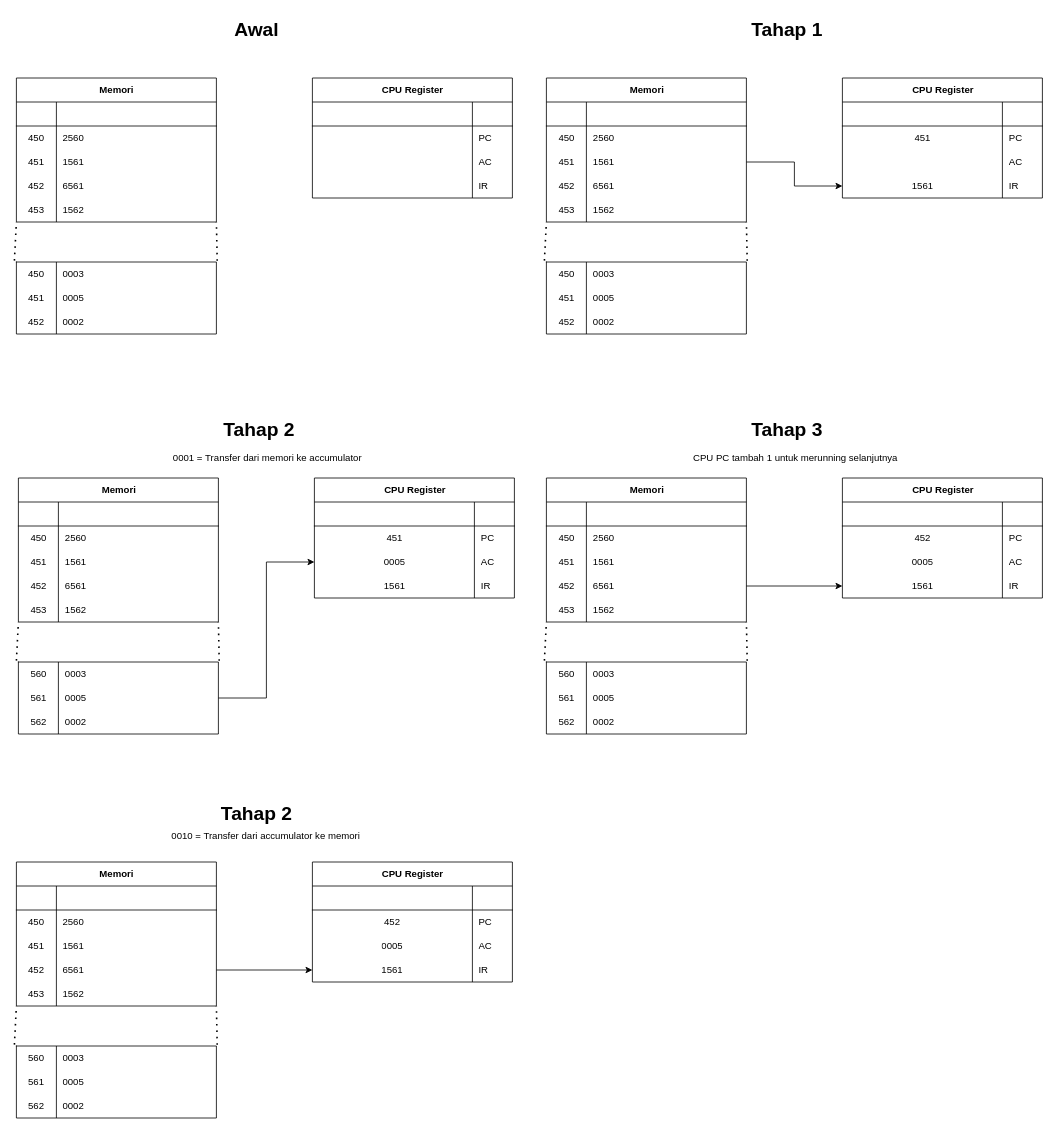
Earlier version of the draw.io diagram CPU.drawio (ImNotDanish05/Tester). Source tidied: cells renumbered, new cells numbered last; positions are measured from the earlier drawing's top-left corner, leaving out a move shared by most shapes. Both pictures are drawn from the tidied source at 80%, with x=0, y=0 at pixel (16, 14).
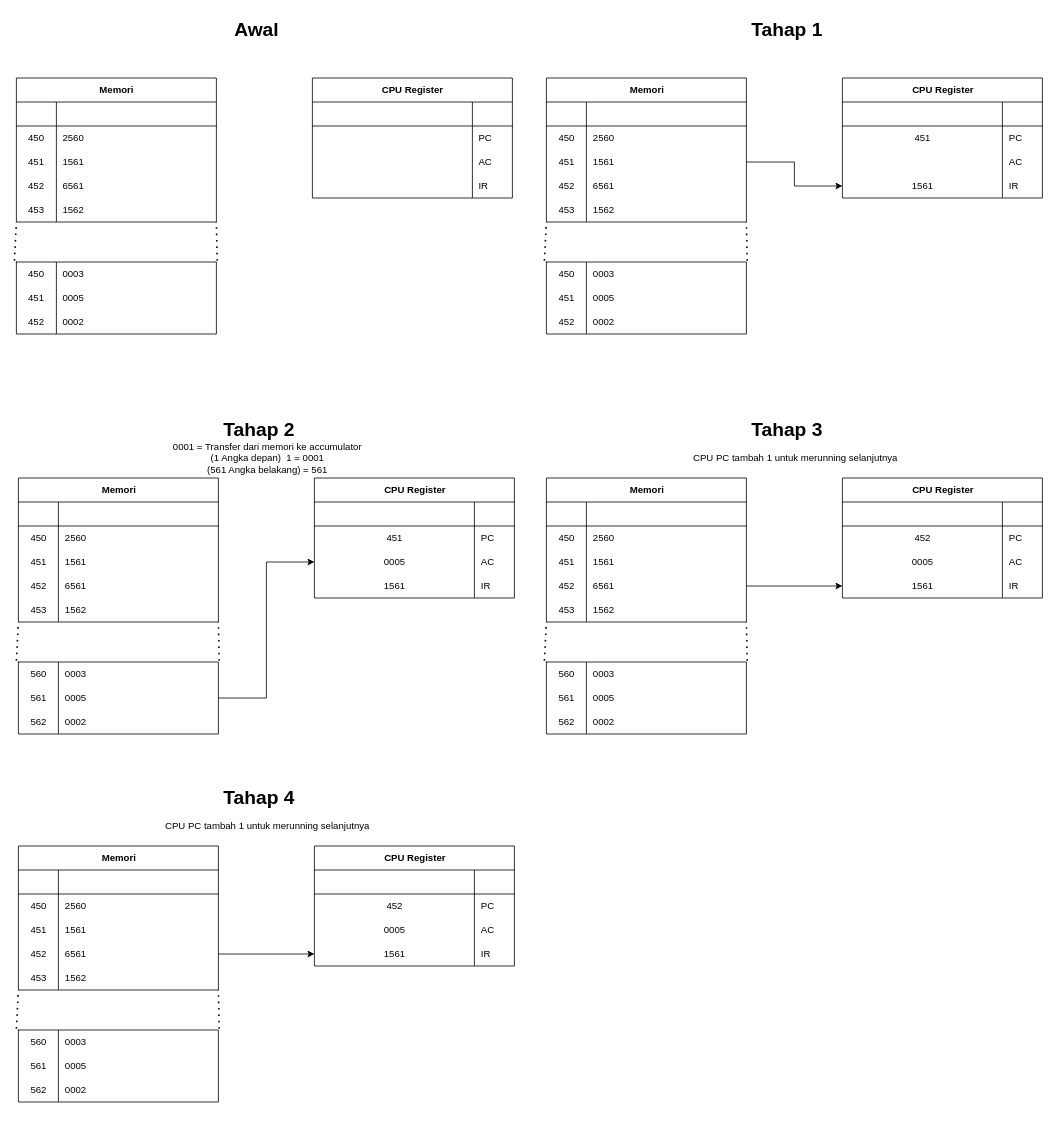
After the change.

Change to the diagram source:
```diff
@@
-    <mxCell id="129" value="0001 =&amp;nbsp;Transfer dari memori ke accumulator" style="text;html=1;align=center;verticalAlign=middle;whiteSpace=wrap;rounded=0;" parent="1" vertex="1">
+    <mxCell id="129" value="0001 =&amp;nbsp;Transfer dari memori ke accumulator&lt;div&gt;(1 Angka depan)&amp;nbsp; 1 = 0001&lt;/div&gt;&lt;div&gt;(561 Angka belakang) = 561&lt;/div&gt;" style="text;html=1;align=center;verticalAlign=middle;whiteSpace=wrap;rounded=0;" parent="1" vertex="1">
       <mxGeometry x="180" y="540" width="267.5" height="30" as="geometry" />
     </mxCell>
@@
     <mxCell id="175" value="Memori" style="shape=table;startSize=30;childLayout=tableLayout;rowLines=0;fontStyle=1;align=center;html=1;" parent="1" vertex="1">
-      <mxGeometry y="1060" width="250" height="180" as="geometry" />
+      <mxGeometry x="2.5" y="1040" width="250" height="180" as="geometry" />
     </mxCell>
-    <mxCell id="176" style="shape=tableRow;horizontal=0;startSize=0;swimlaneHead=0;swimlaneBody=0;fillColor=none;top=0;left=0;right=0;bottom=1;" parent="175" vertex="1">
-      <mxGeometry y="30" width="250" height="30" as="geometry" />
-    </mxCell>
+    <mxCell id="219" style="shape=tableRow;horizontal=0;startSize=0;swimlaneHead=0;swimlaneBody=0;fillColor=none;top=0;left=0;right=0;bottom=1;" parent="175" vertex="1">
+      <mxGeometry y="30" width="250" height="30" as="geometry" />
+    </mxCell>
-    <mxCell id="177" style="shape=partialRectangle;fillColor=none;top=0;left=0;bottom=0;right=0;fontStyle=1;overflow=hidden;whiteSpace=wrap;html=1;" parent="176" vertex="1">
+    <mxCell id="177" style="shape=partialRectangle;fillColor=none;top=0;left=0;bottom=0;right=0;fontStyle=1;overflow=hidden;whiteSpace=wrap;html=1;" parent="219" vertex="1">
       <mxGeometry width="50" height="30" as="geometry" />
     </mxCell>
-    <mxCell id="178" style="shape=partialRectangle;fillColor=none;top=0;left=0;bottom=0;right=0;align=left;spacingLeft=6;fontStyle=5;overflow=hidden;whiteSpace=wrap;html=1;" parent="176" vertex="1">
+    <mxCell id="178" style="shape=partialRectangle;fillColor=none;top=0;left=0;bottom=0;right=0;align=left;spacingLeft=6;fontStyle=5;overflow=hidden;whiteSpace=wrap;html=1;" parent="219" vertex="1">
       <mxGeometry x="50" width="200" height="30" as="geometry" />
     </mxCell>
-    <mxCell id="179" style="shape=tableRow;horizontal=0;startSize=0;swimlaneHead=0;swimlaneBody=0;fillColor=none;top=0;left=0;right=0;bottom=0;" parent="175" vertex="1">
-      <mxGeometry y="60" width="250" height="30" as="geometry" />
-    </mxCell>
+    <mxCell id="220" style="shape=tableRow;horizontal=0;startSize=0;swimlaneHead=0;swimlaneBody=0;fillColor=none;top=0;left=0;right=0;bottom=0;" parent="175" vertex="1">
+      <mxGeometry y="60" width="250" height="30" as="geometry" />
+    </mxCell>
-    <mxCell id="180" value="450" style="shape=partialRectangle;fillColor=none;top=0;left=0;bottom=0;right=0;overflow=hidden;whiteSpace=wrap;html=1;" parent="179" vertex="1">
+    <mxCell id="180" value="450" style="shape=partialRectangle;fillColor=none;top=0;left=0;bottom=0;right=0;overflow=hidden;whiteSpace=wrap;html=1;" parent="220" vertex="1">
       <mxGeometry width="50" height="30" as="geometry" />
     </mxCell>
-    <mxCell id="181" value="2560" style="shape=partialRectangle;fillColor=none;top=0;left=0;bottom=0;right=0;align=left;spacingLeft=6;overflow=hidden;whiteSpace=wrap;html=1;" parent="179" vertex="1">
+    <mxCell id="181" value="2560" style="shape=partialRectangle;fillColor=none;top=0;left=0;bottom=0;right=0;align=left;spacingLeft=6;overflow=hidden;whiteSpace=wrap;html=1;" parent="220" vertex="1">
       <mxGeometry x="50" width="200" height="30" as="geometry" />
     </mxCell>
-    <mxCell id="182" style="shape=tableRow;horizontal=0;startSize=0;swimlaneHead=0;swimlaneBody=0;fillColor=none;top=0;left=0;right=0;bottom=0;" parent="175" vertex="1">
-      <mxGeometry y="90" width="250" height="30" as="geometry" />
-    </mxCell>
+    <mxCell id="221" style="shape=tableRow;horizontal=0;startSize=0;swimlaneHead=0;swimlaneBody=0;fillColor=none;top=0;left=0;right=0;bottom=0;" parent="175" vertex="1">
+      <mxGeometry y="90" width="250" height="30" as="geometry" />
+    </mxCell>
-    <mxCell id="183" value="451" style="shape=partialRectangle;fillColor=none;top=0;left=0;bottom=0;right=0;overflow=hidden;whiteSpace=wrap;html=1;" parent="182" vertex="1">
+    <mxCell id="183" value="451" style="shape=partialRectangle;fillColor=none;top=0;left=0;bottom=0;right=0;overflow=hidden;whiteSpace=wrap;html=1;" parent="221" vertex="1">
       <mxGeometry width="50" height="30" as="geometry" />
     </mxCell>
-    <mxCell id="184" value="1561" style="shape=partialRectangle;fillColor=none;top=0;left=0;bottom=0;right=0;align=left;spacingLeft=6;overflow=hidden;whiteSpace=wrap;html=1;" parent="182" vertex="1">
+    <mxCell id="184" value="1561" style="shape=partialRectangle;fillColor=none;top=0;left=0;bottom=0;right=0;align=left;spacingLeft=6;overflow=hidden;whiteSpace=wrap;html=1;" parent="221" vertex="1">
       <mxGeometry x="50" width="200" height="30" as="geometry" />
     </mxCell>
-    <mxCell id="185" style="shape=tableRow;horizontal=0;startSize=0;swimlaneHead=0;swimlaneBody=0;fillColor=none;points=[[0,0.5],[1,0.5]];portConstraint=eastwest;top=0;left=0;right=0;bottom=0;" parent="175" vertex="1">
-      <mxGeometry y="120" width="250" height="30" as="geometry" />
-    </mxCell>
+    <mxCell id="222" style="shape=tableRow;horizontal=0;startSize=0;swimlaneHead=0;swimlaneBody=0;fillColor=none;points=[[0,0.5],[1,0.5]];portConstraint=eastwest;top=0;left=0;right=0;bottom=0;" parent="175" vertex="1">
+      <mxGeometry y="120" width="250" height="30" as="geometry" />
+    </mxCell>
-    <mxCell id="186" value="452" style="shape=partialRectangle;fillColor=none;top=0;left=0;bottom=0;right=0;overflow=hidden;whiteSpace=wrap;html=1;" parent="185" vertex="1">
+    <mxCell id="186" value="452" style="shape=partialRectangle;fillColor=none;top=0;left=0;bottom=0;right=0;overflow=hidden;whiteSpace=wrap;html=1;" parent="222" vertex="1">
       <mxGeometry width="50" height="30" as="geometry" />
     </mxCell>
-    <mxCell id="187" value="6561" style="shape=partialRectangle;fillColor=none;top=0;left=0;bottom=0;right=0;align=left;spacingLeft=6;overflow=hidden;whiteSpace=wrap;html=1;" parent="185" vertex="1">
+    <mxCell id="187" value="6561" style="shape=partialRectangle;fillColor=none;top=0;left=0;bottom=0;right=0;align=left;spacingLeft=6;overflow=hidden;whiteSpace=wrap;html=1;" parent="222" vertex="1">
       <mxGeometry x="50" width="200" height="30" as="geometry" />
     </mxCell>
@@
     <mxCell id="191" value="CPU Register" style="shape=table;startSize=30;childLayout=tableLayout;rowLines=0;fontStyle=1;align=center;html=1;" parent="1" vertex="1">
-      <mxGeometry x="370" y="1060" width="250" height="150" as="geometry" />
+      <mxGeometry x="372.5" y="1040" width="250" height="150" as="geometry" />
     </mxCell>
-    <mxCell id="192" style="shape=tableRow;horizontal=0;startSize=0;swimlaneHead=0;swimlaneBody=0;fillColor=none;top=0;left=0;right=0;bottom=1;" parent="191" vertex="1">
-      <mxGeometry y="30" width="250" height="30" as="geometry" />
-    </mxCell>
+    <mxCell id="223" style="shape=tableRow;horizontal=0;startSize=0;swimlaneHead=0;swimlaneBody=0;fillColor=none;top=0;left=0;right=0;bottom=1;" parent="191" vertex="1">
+      <mxGeometry y="30" width="250" height="30" as="geometry" />
+    </mxCell>
-    <mxCell id="193" style="shape=partialRectangle;fillColor=none;top=0;left=0;bottom=0;right=0;fontStyle=1;overflow=hidden;whiteSpace=wrap;html=1;" parent="192" vertex="1">
+    <mxCell id="193" style="shape=partialRectangle;fillColor=none;top=0;left=0;bottom=0;right=0;fontStyle=1;overflow=hidden;whiteSpace=wrap;html=1;" parent="223" vertex="1">
       <mxGeometry width="200" height="30" as="geometry" />
     </mxCell>
-    <mxCell id="194" style="shape=partialRectangle;fillColor=none;top=0;left=0;bottom=0;right=0;align=left;spacingLeft=6;fontStyle=5;overflow=hidden;whiteSpace=wrap;html=1;" parent="192" vertex="1">
+    <mxCell id="194" style="shape=partialRectangle;fillColor=none;top=0;left=0;bottom=0;right=0;align=left;spacingLeft=6;fontStyle=5;overflow=hidden;whiteSpace=wrap;html=1;" parent="223" vertex="1">
       <mxGeometry x="200" width="50" height="30" as="geometry" />
     </mxCell>
-    <mxCell id="195" style="shape=tableRow;horizontal=0;startSize=0;swimlaneHead=0;swimlaneBody=0;fillColor=none;top=0;left=0;right=0;bottom=0;" parent="191" vertex="1">
-      <mxGeometry y="60" width="250" height="30" as="geometry" />
-    </mxCell>
+    <mxCell id="224" style="shape=tableRow;horizontal=0;startSize=0;swimlaneHead=0;swimlaneBody=0;fillColor=none;top=0;left=0;right=0;bottom=0;" parent="191" vertex="1">
+      <mxGeometry y="60" width="250" height="30" as="geometry" />
+    </mxCell>
-    <mxCell id="196" value="452" style="shape=partialRectangle;fillColor=none;top=0;left=0;bottom=0;right=0;overflow=hidden;whiteSpace=wrap;html=1;" parent="195" vertex="1">
+    <mxCell id="196" value="452" style="shape=partialRectangle;fillColor=none;top=0;left=0;bottom=0;right=0;overflow=hidden;whiteSpace=wrap;html=1;" parent="224" vertex="1">
       <mxGeometry width="200" height="30" as="geometry" />
     </mxCell>
-    <mxCell id="197" value="PC" style="shape=partialRectangle;fillColor=none;top=0;left=0;bottom=0;right=0;align=left;spacingLeft=6;overflow=hidden;whiteSpace=wrap;html=1;" parent="195" vertex="1">
+    <mxCell id="197" value="PC" style="shape=partialRectangle;fillColor=none;top=0;left=0;bottom=0;right=0;align=left;spacingLeft=6;overflow=hidden;whiteSpace=wrap;html=1;" parent="224" vertex="1">
       <mxGeometry x="200" width="50" height="30" as="geometry" />
     </mxCell>
-    <mxCell id="198" style="shape=tableRow;horizontal=0;startSize=0;swimlaneHead=0;swimlaneBody=0;fillColor=none;top=0;left=0;right=0;bottom=0;" parent="191" vertex="1">
-      <mxGeometry y="90" width="250" height="30" as="geometry" />
-    </mxCell>
+    <mxCell id="225" style="shape=tableRow;horizontal=0;startSize=0;swimlaneHead=0;swimlaneBody=0;fillColor=none;top=0;left=0;right=0;bottom=0;" parent="191" vertex="1">
+      <mxGeometry y="90" width="250" height="30" as="geometry" />
+    </mxCell>
-    <mxCell id="199" value="0005" style="shape=partialRectangle;fillColor=none;top=0;left=0;bottom=0;right=0;overflow=hidden;whiteSpace=wrap;html=1;" parent="198" vertex="1">
+    <mxCell id="199" value="0005" style="shape=partialRectangle;fillColor=none;top=0;left=0;bottom=0;right=0;overflow=hidden;whiteSpace=wrap;html=1;" parent="225" vertex="1">
       <mxGeometry width="200" height="30" as="geometry" />
     </mxCell>
-    <mxCell id="200" value="AC" style="shape=partialRectangle;fillColor=none;top=0;left=0;bottom=0;right=0;align=left;spacingLeft=6;overflow=hidden;whiteSpace=wrap;html=1;" parent="198" vertex="1">
+    <mxCell id="200" value="AC" style="shape=partialRectangle;fillColor=none;top=0;left=0;bottom=0;right=0;align=left;spacingLeft=6;overflow=hidden;whiteSpace=wrap;html=1;" parent="225" vertex="1">
       <mxGeometry x="200" width="50" height="30" as="geometry" />
     </mxCell>
-    <mxCell id="201" style="shape=tableRow;horizontal=0;startSize=0;swimlaneHead=0;swimlaneBody=0;fillColor=none;points=[[0,0.5],[1,0.5]];portConstraint=eastwest;top=0;left=0;right=0;bottom=0;" parent="191" vertex="1">
-      <mxGeometry y="120" width="250" height="30" as="geometry" />
-    </mxCell>
+    <mxCell id="226" style="shape=tableRow;horizontal=0;startSize=0;swimlaneHead=0;swimlaneBody=0;fillColor=none;points=[[0,0.5],[1,0.5]];portConstraint=eastwest;top=0;left=0;right=0;bottom=0;" parent="191" vertex="1">
+      <mxGeometry y="120" width="250" height="30" as="geometry" />
+    </mxCell>
-    <mxCell id="202" value="1561" style="shape=partialRectangle;fillColor=none;top=0;left=0;bottom=0;right=0;overflow=hidden;whiteSpace=wrap;html=1;" parent="201" vertex="1">
+    <mxCell id="202" value="1561" style="shape=partialRectangle;fillColor=none;top=0;left=0;bottom=0;right=0;overflow=hidden;whiteSpace=wrap;html=1;" parent="226" vertex="1">
       <mxGeometry width="200" height="30" as="geometry" />
     </mxCell>
-    <mxCell id="203" value="IR" style="shape=partialRectangle;fillColor=none;top=0;left=0;bottom=0;right=0;align=left;spacingLeft=6;overflow=hidden;whiteSpace=wrap;html=1;" parent="201" vertex="1">
+    <mxCell id="203" value="IR" style="shape=partialRectangle;fillColor=none;top=0;left=0;bottom=0;right=0;align=left;spacingLeft=6;overflow=hidden;whiteSpace=wrap;html=1;" parent="226" vertex="1">
       <mxGeometry x="200" width="50" height="30" as="geometry" />
     </mxCell>
-    <mxCell id="204" style="shape=table;startSize=0;childLayout=tableLayout;rowLines=0;fontStyle=1;align=center;html=1;" parent="1" vertex="1">
-      <mxGeometry y="1290" width="250" height="90" as="geometry" />
-    </mxCell>
+    <mxCell id="227" style="shape=table;startSize=0;childLayout=tableLayout;rowLines=0;fontStyle=1;align=center;html=1;" parent="1" vertex="1">
+      <mxGeometry x="2.5" y="1270" width="250" height="90" as="geometry" />
+    </mxCell>
-    <mxCell id="205" style="shape=tableRow;horizontal=0;startSize=0;swimlaneHead=0;swimlaneBody=0;fillColor=none;points=[[0,0.5],[1,0.5]];portConstraint=eastwest;top=0;left=0;right=0;bottom=0;" parent="204" vertex="1">
+    <mxCell id="205" style="shape=tableRow;horizontal=0;startSize=0;swimlaneHead=0;swimlaneBody=0;fillColor=none;points=[[0,0.5],[1,0.5]];portConstraint=eastwest;top=0;left=0;right=0;bottom=0;" parent="227" vertex="1">
       <mxGeometry width="250" height="30" as="geometry" />
     </mxCell>
@@
-    <mxCell id="208" style="shape=tableRow;horizontal=0;startSize=0;swimlaneHead=0;swimlaneBody=0;fillColor=none;top=0;left=0;right=0;bottom=0;" parent="204" vertex="1">
+    <mxCell id="208" style="shape=tableRow;horizontal=0;startSize=0;swimlaneHead=0;swimlaneBody=0;fillColor=none;top=0;left=0;right=0;bottom=0;" parent="227" vertex="1">
       <mxGeometry y="30" width="250" height="30" as="geometry" />
     </mxCell>
@@
-    <mxCell id="211" style="shape=tableRow;horizontal=0;startSize=0;swimlaneHead=0;swimlaneBody=0;fillColor=none;top=0;left=0;right=0;bottom=0;" parent="204" vertex="1">
-      <mxGeometry y="60" width="250" height="30" as="geometry" />
-    </mxCell>
+    <mxCell id="228" style="shape=tableRow;horizontal=0;startSize=0;swimlaneHead=0;swimlaneBody=0;fillColor=none;top=0;left=0;right=0;bottom=0;" parent="227" vertex="1">
+      <mxGeometry y="60" width="250" height="30" as="geometry" />
+    </mxCell>
-    <mxCell id="212" value="562" style="shape=partialRectangle;fillColor=none;top=0;left=0;bottom=0;right=0;overflow=hidden;whiteSpace=wrap;html=1;" parent="211" vertex="1">
+    <mxCell id="212" value="562" style="shape=partialRectangle;fillColor=none;top=0;left=0;bottom=0;right=0;overflow=hidden;whiteSpace=wrap;html=1;" parent="228" vertex="1">
       <mxGeometry width="50" height="30" as="geometry" />
     </mxCell>
-    <mxCell id="213" value="0002" style="shape=partialRectangle;fillColor=none;top=0;left=0;bottom=0;right=0;align=left;spacingLeft=6;overflow=hidden;whiteSpace=wrap;html=1;" parent="211" vertex="1">
+    <mxCell id="213" value="0002" style="shape=partialRectangle;fillColor=none;top=0;left=0;bottom=0;right=0;align=left;spacingLeft=6;overflow=hidden;whiteSpace=wrap;html=1;" parent="228" vertex="1">
       <mxGeometry x="50" width="200" height="30" as="geometry" />
     </mxCell>
-    <mxCell id="214" style="endArrow=none;dashed=1;html=1;dashPattern=1 3;strokeWidth=2;rounded=0;exitX=1.004;exitY=-0.051;exitDx=0;exitDy=0;exitPerimeter=0;" parent="1" edge="1" source="205">
-      <mxGeometry relative="1" as="geometry">
-        <mxPoint x="250" y="1240" as="targetPoint" />
-      </mxGeometry>
-    </mxCell>
+    <mxCell id="229" style="endArrow=none;dashed=1;html=1;dashPattern=1 3;strokeWidth=2;rounded=0;exitX=1.004;exitY=-0.051;exitDx=0;exitDy=0;exitPerimeter=0;" parent="1" edge="1" source="205">
+      <mxGeometry relative="1" as="geometry">
+        <mxPoint x="252.5" y="1220" as="targetPoint" />
+      </mxGeometry>
+    </mxCell>
@@
-    <mxCell id="216" value="Tahap 2" style="text;strokeColor=none;fillColor=none;html=1;fontSize=24;fontStyle=1;verticalAlign=middle;align=center;" parent="1" vertex="1">
-      <mxGeometry x="250" y="980" width="100" height="40" as="geometry" />
-    </mxCell>
-    <mxCell id="217" value="0010 = Transfer dari accumulator ke memori&lt;div&gt;&lt;br/&gt;&lt;/div&gt;" style="text;html=1;align=center;verticalAlign=middle;whiteSpace=wrap;rounded=0;" parent="1" vertex="1">
-      <mxGeometry x="177.5" y="1020" width="267.5" height="30" as="geometry" />
-    </mxCell>
-    <mxCell id="218" style="edgeStyle=orthogonalEdgeStyle;rounded=0;jettySize=auto;html=1;entryX=0;entryY=0.5;entryDx=0;entryDy=0;" parent="1" edge="1" source="185" target="201">
-      <mxGeometry relative="1" as="geometry" />
-    </mxCell>
+    <mxCell id="230" value="Tahap 4" style="text;strokeColor=none;fillColor=none;html=1;fontSize=24;fontStyle=1;verticalAlign=middle;align=center;" parent="1" vertex="1">
+      <mxGeometry x="252.5" y="960" width="100" height="40" as="geometry" />
+    </mxCell>
+    <mxCell id="231" value="CPU PC tambah 1 untuk merunning selanjutnya" style="text;html=1;align=center;verticalAlign=middle;whiteSpace=wrap;rounded=0;" parent="1" vertex="1">
+      <mxGeometry x="180" y="1000" width="267.5" height="30" as="geometry" />
+    </mxCell>
+    <mxCell id="232" style="edgeStyle=orthogonalEdgeStyle;rounded=0;jettySize=auto;html=1;entryX=0;entryY=0.5;entryDx=0;entryDy=0;" parent="1" edge="1" source="222" target="226">
+      <mxGeometry relative="1" as="geometry" />
+    </mxCell>
```
